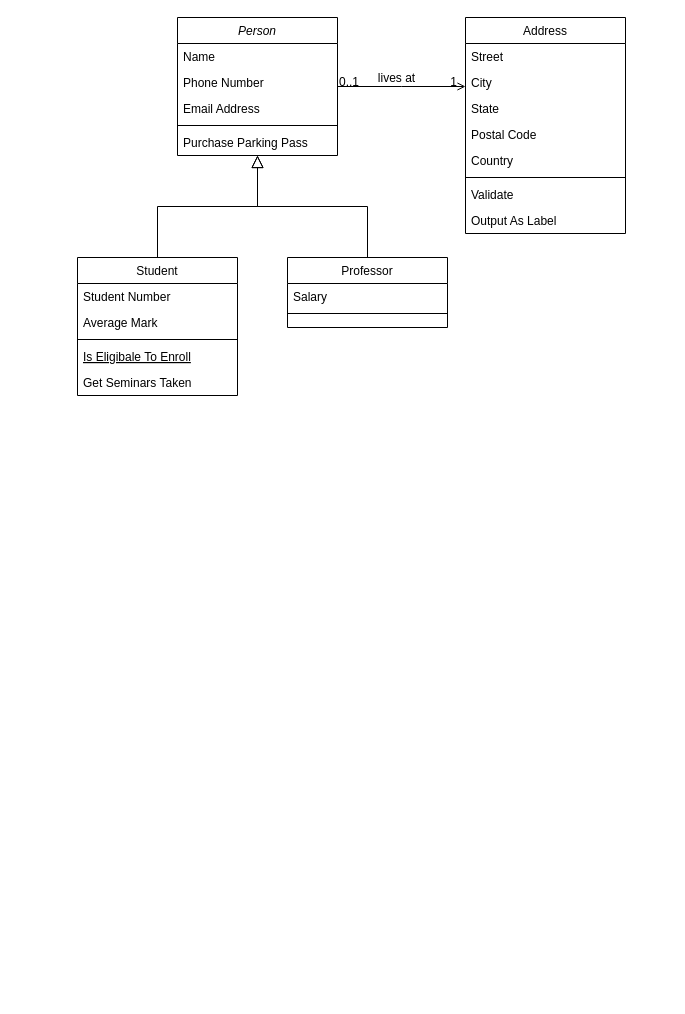
inspnovo/uml keeps this draw.io diagram as visa_on_cbdc/Untitled Diagram.drawio. Above is the earlier version. Source tidied: cells renumbered, new cells numbered last; positions are measured from the earlier drawing's top-left corner, leaving out a move shared by most shapes. Both pictures are drawn from the tidied source at 100%, with x=0, y=0 at pixel (77, 17).
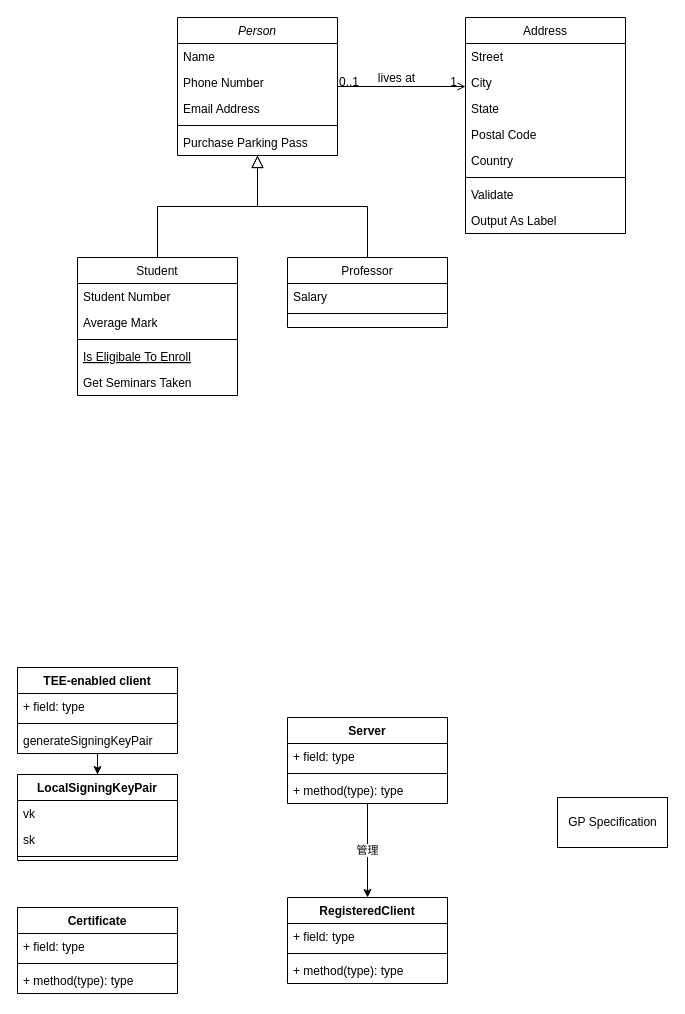
The same diagram, later.

Commit message:
VISA Offline Payment.drawio

Diff of the diagram source:
```diff
@@
+    <mxCell id="32" style="edgeStyle=orthogonalEdgeStyle;rounded=0;jettySize=auto;html=1;" parent="1" edge="1" source="33" target="42">
+      <mxGeometry relative="1" as="geometry" />
+    </mxCell>
+    <mxCell id="33" value="TEE-enabled client" style="swimlane;fontStyle=1;align=center;verticalAlign=top;horizontal=1;startSize=26;" parent="1" vertex="1">
+      <mxGeometry x="-60" y="650" width="160" height="86" as="geometry" />
+    </mxCell>
+    <mxCell id="34" value="+ field: type" style="text;strokeColor=none;fillColor=none;align=left;verticalAlign=top;spacingLeft=4;spacingRight=4;overflow=hidden;" parent="33" vertex="1">
+      <mxGeometry y="26" width="160" height="26" as="geometry" />
+    </mxCell>
+    <mxCell id="35" style="line;strokeWidth=1;fillColor=none;align=left;verticalAlign=middle;spacingTop=-1;spacingLeft=3;spacingRight=3;labelPosition=right;" parent="33" vertex="1">
+      <mxGeometry y="52" width="160" height="8" as="geometry" />
+    </mxCell>
+    <mxCell id="36" value="generateSigningKeyPair" style="text;strokeColor=none;fillColor=none;align=left;verticalAlign=top;spacingLeft=4;spacingRight=4;overflow=hidden;" parent="33" vertex="1">
+      <mxGeometry y="60" width="160" height="26" as="geometry" />
+    </mxCell>
+    <mxCell id="37" value="管理" style="edgeStyle=orthogonalEdgeStyle;rounded=0;jettySize=auto;html=1;" parent="1" edge="1" source="38" target="50">
+      <mxGeometry relative="1" as="geometry" />
+    </mxCell>
+    <mxCell id="38" value="Server" style="swimlane;fontStyle=1;align=center;verticalAlign=top;horizontal=1;startSize=26;" parent="1" vertex="1">
+      <mxGeometry x="210" y="700" width="160" height="86" as="geometry" />
+    </mxCell>
+    <mxCell id="39" value="+ field: type" style="text;strokeColor=none;fillColor=none;align=left;verticalAlign=top;spacingLeft=4;spacingRight=4;overflow=hidden;" parent="38" vertex="1">
+      <mxGeometry y="26" width="160" height="26" as="geometry" />
+    </mxCell>
+    <mxCell id="40" style="line;strokeWidth=1;fillColor=none;align=left;verticalAlign=middle;spacingTop=-1;spacingLeft=3;spacingRight=3;labelPosition=right;" parent="38" vertex="1">
+      <mxGeometry y="52" width="160" height="8" as="geometry" />
+    </mxCell>
+    <mxCell id="41" value="+ method(type): type" style="text;strokeColor=none;fillColor=none;align=left;verticalAlign=top;spacingLeft=4;spacingRight=4;overflow=hidden;" parent="38" vertex="1">
+      <mxGeometry y="60" width="160" height="26" as="geometry" />
+    </mxCell>
+    <mxCell id="42" value="LocalSigningKeyPair" style="swimlane;fontStyle=1;align=center;verticalAlign=top;horizontal=1;startSize=26;" parent="1" vertex="1">
+      <mxGeometry x="-60" y="757" width="160" height="86" as="geometry" />
+    </mxCell>
+    <mxCell id="43" value="vk" style="text;strokeColor=none;fillColor=none;align=left;verticalAlign=top;spacingLeft=4;spacingRight=4;overflow=hidden;" parent="42" vertex="1">
+      <mxGeometry y="26" width="160" height="26" as="geometry" />
+    </mxCell>
+    <mxCell id="44" value="sk" style="text;strokeColor=none;fillColor=none;align=left;verticalAlign=top;spacingLeft=4;spacingRight=4;overflow=hidden;" parent="42" vertex="1">
+      <mxGeometry y="52" width="160" height="26" as="geometry" />
+    </mxCell>
+    <mxCell id="45" style="line;strokeWidth=1;fillColor=none;align=left;verticalAlign=middle;spacingTop=-1;spacingLeft=3;spacingRight=3;labelPosition=right;" parent="42" vertex="1">
+      <mxGeometry y="78" width="160" height="8" as="geometry" />
+    </mxCell>
+    <mxCell id="46" value="Certificate" style="swimlane;fontStyle=1;align=center;verticalAlign=top;horizontal=1;startSize=26;" parent="1" vertex="1">
+      <mxGeometry x="-60" y="890" width="160" height="86" as="geometry" />
+    </mxCell>
+    <mxCell id="47" value="+ field: type" style="text;strokeColor=none;fillColor=none;align=left;verticalAlign=top;spacingLeft=4;spacingRight=4;overflow=hidden;" parent="46" vertex="1">
+      <mxGeometry y="26" width="160" height="26" as="geometry" />
+    </mxCell>
+    <mxCell id="48" style="line;strokeWidth=1;fillColor=none;align=left;verticalAlign=middle;spacingTop=-1;spacingLeft=3;spacingRight=3;labelPosition=right;" parent="46" vertex="1">
+      <mxGeometry y="52" width="160" height="8" as="geometry" />
+    </mxCell>
+    <mxCell id="49" value="+ method(type): type" style="text;strokeColor=none;fillColor=none;align=left;verticalAlign=top;spacingLeft=4;spacingRight=4;overflow=hidden;" parent="46" vertex="1">
+      <mxGeometry y="60" width="160" height="26" as="geometry" />
+    </mxCell>
+    <mxCell id="50" value="RegisteredClient" style="swimlane;fontStyle=1;align=center;verticalAlign=top;horizontal=1;startSize=26;" parent="1" vertex="1">
+      <mxGeometry x="210" y="880" width="160" height="86" as="geometry" />
+    </mxCell>
+    <mxCell id="51" value="+ field: type" style="text;strokeColor=none;fillColor=none;align=left;verticalAlign=top;spacingLeft=4;spacingRight=4;overflow=hidden;" parent="50" vertex="1">
+      <mxGeometry y="26" width="160" height="26" as="geometry" />
+    </mxCell>
+    <mxCell id="52" style="line;strokeWidth=1;fillColor=none;align=left;verticalAlign=middle;spacingTop=-1;spacingLeft=3;spacingRight=3;labelPosition=right;" parent="50" vertex="1">
+      <mxGeometry y="52" width="160" height="8" as="geometry" />
+    </mxCell>
+    <mxCell id="53" value="+ method(type): type" style="text;strokeColor=none;fillColor=none;align=left;verticalAlign=top;spacingLeft=4;spacingRight=4;overflow=hidden;" parent="50" vertex="1">
+      <mxGeometry y="60" width="160" height="26" as="geometry" />
+    </mxCell>
+    <mxCell id="54" value="GP Specification" style="html=1;" parent="1" vertex="1">
+      <mxGeometry x="480" y="780" width="110" height="50" as="geometry" />
+    </mxCell>
```
